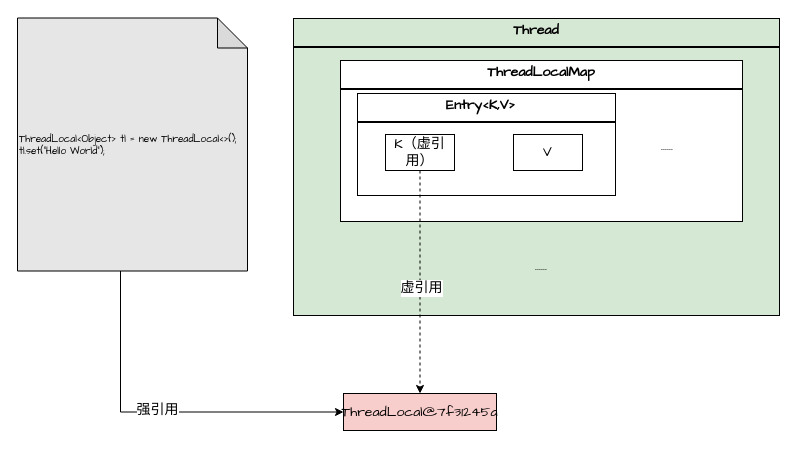
The draw.io diagram page "ThreadLocal" (11 of 13) of adnir.drawio in LittleY98/Draw_Repository, before the edit. Source tidied: cells renumbered, new cells numbered last; positions are measured from the earlier drawing's top-left corner, leaving out a move shared by most shapes. Both pictures are drawn from the tidied source at 100%, with x=0, y=0 at pixel (17, 18).
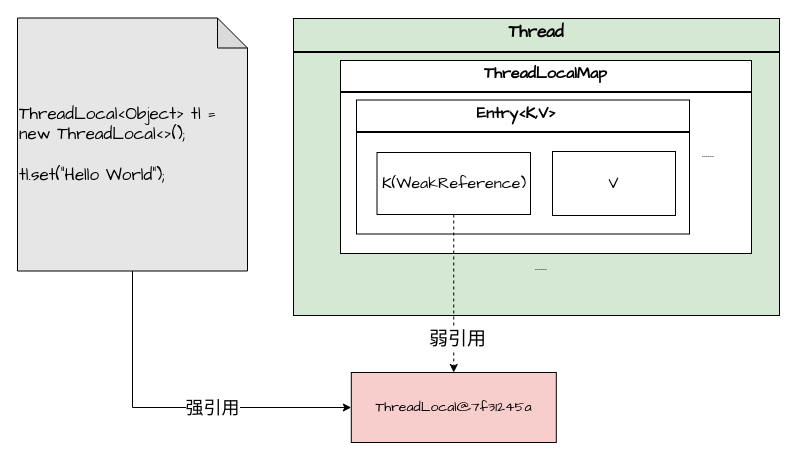
The same page after the edit.

The edit, as a diff of the source:
```diff
@@
 <mxGraphModel>
   <root>
     <mxCell id="0" />
     <mxCell id="1" parent="0" />
-    <mxCell id="2" value="&lt;p style=&quot;margin: 4px 0px 0px; text-align: center; font-size: 14px;&quot;&gt;&lt;b style=&quot;font-size: 14px;&quot;&gt;Thread&lt;/b&gt;&lt;/p&gt;&lt;hr style=&quot;border-style: solid; font-size: 14px;&quot;&gt;&lt;div style=&quot;height: 2px; font-size: 14px;&quot;&gt;&lt;/div&gt;" style="verticalAlign=top;align=left;overflow=fill;html=1;whiteSpace=wrap;fillColor=#D5E8D4;fontFamily=Comic Sans MS;fontSize=14;" parent="1" vertex="1">
+    <mxCell id="2" value="&lt;p style=&quot;margin: 4px 0px 0px; text-align: center; font-size: 17px;&quot;&gt;&lt;b style=&quot;font-size: 17px;&quot;&gt;Thread&lt;/b&gt;&lt;/p&gt;&lt;hr style=&quot;border-style: solid; font-size: 17px;&quot;&gt;&lt;div style=&quot;height: 2px; font-size: 17px;&quot;&gt;&lt;/div&gt;" style="verticalAlign=top;align=left;overflow=fill;html=1;whiteSpace=wrap;fillColor=#D5E8D4;fontFamily=Comic Sans MS;fontSize=17;" parent="1" vertex="1">
       <mxGeometry x="276" width="486" height="297" as="geometry" />
     </mxCell>
-    <mxCell id="3" value="&lt;p style=&quot;margin: 4px 0px 0px; text-align: center; font-size: 14px;&quot;&gt;&lt;b style=&quot;font-size: 14px;&quot;&gt;ThreadLocalMap&lt;/b&gt;&lt;/p&gt;&lt;hr style=&quot;border-style: solid; font-size: 14px;&quot;&gt;&lt;div style=&quot;height: 2px; font-size: 14px;&quot;&gt;&lt;/div&gt;" style="verticalAlign=top;align=left;overflow=fill;html=1;whiteSpace=wrap;fontFamily=Comic Sans MS;fontSize=14;" parent="1" vertex="1">
-      <mxGeometry x="323" y="42" width="402" height="161" as="geometry" />
+    <mxCell id="3" value="&lt;p style=&quot;margin: 4px 0px 0px; text-align: center; font-size: 16px;&quot;&gt;&lt;b style=&quot;font-size: 16px;&quot;&gt;ThreadLocalMap&lt;/b&gt;&lt;/p&gt;&lt;hr style=&quot;border-style: solid; font-size: 16px;&quot;&gt;&lt;div style=&quot;height: 2px; font-size: 16px;&quot;&gt;&lt;/div&gt;" style="verticalAlign=top;align=left;overflow=fill;html=1;whiteSpace=wrap;fontFamily=Comic Sans MS;fontSize=16;" parent="1" vertex="1">
+      <mxGeometry x="323" y="42" width="411" height="193" as="geometry" />
     </mxCell>
     <mxCell id="4" value="......" style="text;html=1;align=center;verticalAlign=middle;whiteSpace=wrap;rounded=0;fontFamily=Comic Sans MS;fontSize=14;" parent="1" vertex="1">
       <mxGeometry x="494" y="233" width="60" height="30" as="geometry" />
     </mxCell>
-    <mxCell id="5" value="&lt;p style=&quot;margin: 4px 0px 0px; text-align: center; font-size: 14px;&quot;&gt;&lt;b style=&quot;font-size: 14px;&quot;&gt;Entry&amp;lt;K,V&amp;gt;&amp;nbsp;&amp;nbsp;&lt;/b&gt;&lt;/p&gt;&lt;hr style=&quot;border-style: solid; font-size: 14px;&quot;&gt;&lt;div style=&quot;height: 2px; font-size: 14px;&quot;&gt;&lt;/div&gt;" style="verticalAlign=top;align=left;overflow=fill;html=1;whiteSpace=wrap;fontFamily=Comic Sans MS;fontSize=14;" parent="1" vertex="1">
-      <mxGeometry x="340" y="75" width="258" height="102" as="geometry" />
+    <mxCell id="5" value="&lt;p style=&quot;margin: 4px 0px 0px; text-align: center; font-size: 16px;&quot;&gt;&lt;b style=&quot;font-size: 16px;&quot;&gt;Entry&amp;lt;K,V&amp;gt;&amp;nbsp;&amp;nbsp;&lt;/b&gt;&lt;/p&gt;&lt;hr style=&quot;border-style: solid; font-size: 16px;&quot;&gt;&lt;div style=&quot;height: 2px; font-size: 16px;&quot;&gt;&lt;/div&gt;" style="verticalAlign=top;align=left;overflow=fill;html=1;whiteSpace=wrap;fontFamily=Comic Sans MS;fontSize=16;" parent="1" vertex="1">
+      <mxGeometry x="339" y="81.5" width="333" height="134" as="geometry" />
     </mxCell>
+    <mxCell id="9" style="edgeStyle=orthogonalEdgeStyle;rounded=0;jettySize=auto;html=1;exitX=0.5;exitY=1;exitDx=0;exitDy=0;dashed=1;" parent="1" edge="1" source="6" target="8">
+      <mxGeometry relative="1" as="geometry" />
+    </mxCell>
+    <mxCell id="15" value="弱引用" style="edgeLabel;html=1;align=center;verticalAlign=middle;fontSize=19;" parent="9" vertex="1">
+      <mxGeometry x="0.37" y="3" relative="1" as="geometry">
+        <mxPoint y="16" as="offset" />
+      </mxGeometry>
+    </mxCell>
-    <mxCell id="6" value="K（虚引用）" style="rounded=0;whiteSpace=wrap;html=1;fontFamily=Comic Sans MS;fontSize=14;" parent="1" vertex="1">
-      <mxGeometry x="368" y="116" width="69" height="36" as="geometry" />
+    <mxCell id="6" value="K(WeakReference)" style="rounded=0;whiteSpace=wrap;html=1;fontFamily=Comic Sans MS;fontSize=16;" parent="1" vertex="1">
+      <mxGeometry x="359.5" y="134" width="153.5" height="62" as="geometry" />
     </mxCell>
-    <mxCell id="7" value="V" style="rounded=0;whiteSpace=wrap;html=1;fontFamily=Comic Sans MS;fontSize=14;" parent="1" vertex="1">
-      <mxGeometry x="496" y="116" width="69" height="36" as="geometry" />
+    <mxCell id="7" value="V" style="rounded=0;whiteSpace=wrap;html=1;fontFamily=Comic Sans MS;fontSize=16;" parent="1" vertex="1">
+      <mxGeometry x="535" y="133" width="123" height="64" as="geometry" />
     </mxCell>
     <mxCell id="8" value="ThreadLocal@7f31245a" style="rounded=0;whiteSpace=wrap;html=1;fillColor=#F8CECC;fontFamily=Comic Sans MS;fontSize=14;" parent="1" vertex="1">
-      <mxGeometry x="326" y="375" width="153" height="37" as="geometry" />
+      <mxGeometry x="333.8" y="354" width="205" height="70" as="geometry" />
     </mxCell>
-    <mxCell id="9" style="edgeStyle=orthogonalEdgeStyle;rounded=0;jettySize=auto;html=1;entryX=0.5;entryY=0;entryDx=0;entryDy=0;dashed=1;fontFamily=Comic Sans MS;fontSize=14;" parent="1" edge="1" source="6" target="8">
-      <mxGeometry relative="1" as="geometry" />
-    </mxCell>
-    <mxCell id="10" value="虚引用" style="edgeLabel;html=1;align=center;verticalAlign=middle;fontFamily=Comic Sans MS;fontSize=14;" parent="9" vertex="1">
-      <mxGeometry x="0.05" y="1" relative="1" as="geometry" />
-    </mxCell>
     <mxCell id="11" value="......" style="text;html=1;align=center;verticalAlign=middle;whiteSpace=wrap;rounded=0;fontFamily=Comic Sans MS;fontSize=14;" parent="1" vertex="1">
-      <mxGeometry x="620" y="113" width="60" height="30" as="geometry" />
+      <mxGeometry x="661" y="120" width="60" height="30" as="geometry" />
     </mxCell>
-    <mxCell id="12" style="edgeStyle=orthogonalEdgeStyle;rounded=0;jettySize=auto;html=1;entryX=0;entryY=0.5;entryDx=0;entryDy=0;fontFamily=Comic Sans MS;fontSize=14;" parent="1" edge="1" source="14" target="8">
-      <mxGeometry relative="1" as="geometry">
-        <Array as="points">
-          <mxPoint x="103" y="394" />
-        </Array>
-      </mxGeometry>
+    <mxCell id="12" style="edgeStyle=orthogonalEdgeStyle;rounded=0;jettySize=auto;html=1;exitX=0.5;exitY=1;exitDx=0;exitDy=0;exitPerimeter=0;entryX=0;entryY=0.5;entryDx=0;entryDy=0;" parent="1" edge="1" source="14" target="8">
+      <mxGeometry relative="1" as="geometry" />
     </mxCell>
-    <mxCell id="13" value="强引用" style="edgeLabel;html=1;align=center;verticalAlign=middle;fontFamily=Comic Sans MS;fontSize=14;" parent="12" vertex="1">
-      <mxGeometry x="-0.03" y="2" relative="1" as="geometry" />
+    <mxCell id="13" value="&lt;font style=&quot;font-size: 18px;&quot;&gt;强引用&lt;/font&gt;" style="edgeLabel;html=1;align=center;verticalAlign=middle;" parent="12" vertex="1">
+      <mxGeometry x="0.21" relative="1" as="geometry">
+        <mxPoint x="1" as="offset" />
+      </mxGeometry>
     </mxCell>
-    <mxCell id="14" value="&lt;font style=&quot;font-size: 10px;&quot;&gt;ThreadLocal&amp;lt;Object&amp;gt; tl = new ThreadLocal&amp;lt;&amp;gt;();&lt;/font&gt;&lt;div style=&quot;font-size: 10px;&quot;&gt;&lt;font style=&quot;font-size: 10px;&quot;&gt;tl.set(&quot;Hello World&quot;);&lt;/font&gt;&lt;/div&gt;" style="shape=note;whiteSpace=wrap;html=1;backgroundOutline=1;darkOpacity=0.05;align=left;fillColor=#E6E6E6;fontFamily=Comic Sans MS;fontSize=10;" parent="1" vertex="1">
+    <mxCell id="14" value="&lt;font style=&quot;font-size: 17px;&quot;&gt;ThreadLocal&amp;lt;Object&amp;gt; tl =&amp;nbsp;&lt;/font&gt;&lt;div style=&quot;font-size: 17px;&quot;&gt;&lt;font style=&quot;font-size: 17px;&quot;&gt;new ThreadLocal&amp;lt;&amp;gt;();&lt;/font&gt;&lt;/div&gt;&lt;div style=&quot;font-size: 17px;&quot;&gt;&lt;br&gt;&lt;div style=&quot;font-size: 17px;&quot;&gt;&lt;font style=&quot;font-size: 17px;&quot;&gt;tl.set(&quot;Hello World&quot;);&lt;/font&gt;&lt;/div&gt;&lt;/div&gt;" style="shape=note;whiteSpace=wrap;html=1;backgroundOutline=1;darkOpacity=0.05;align=left;fillColor=#E6E6E6;fontFamily=Comic Sans MS;fontSize=17;" parent="1" vertex="1">
       <mxGeometry y="-0.5" width="230" height="253" as="geometry" />
     </mxCell>
   </root>
 </mxGraphModel>
```
